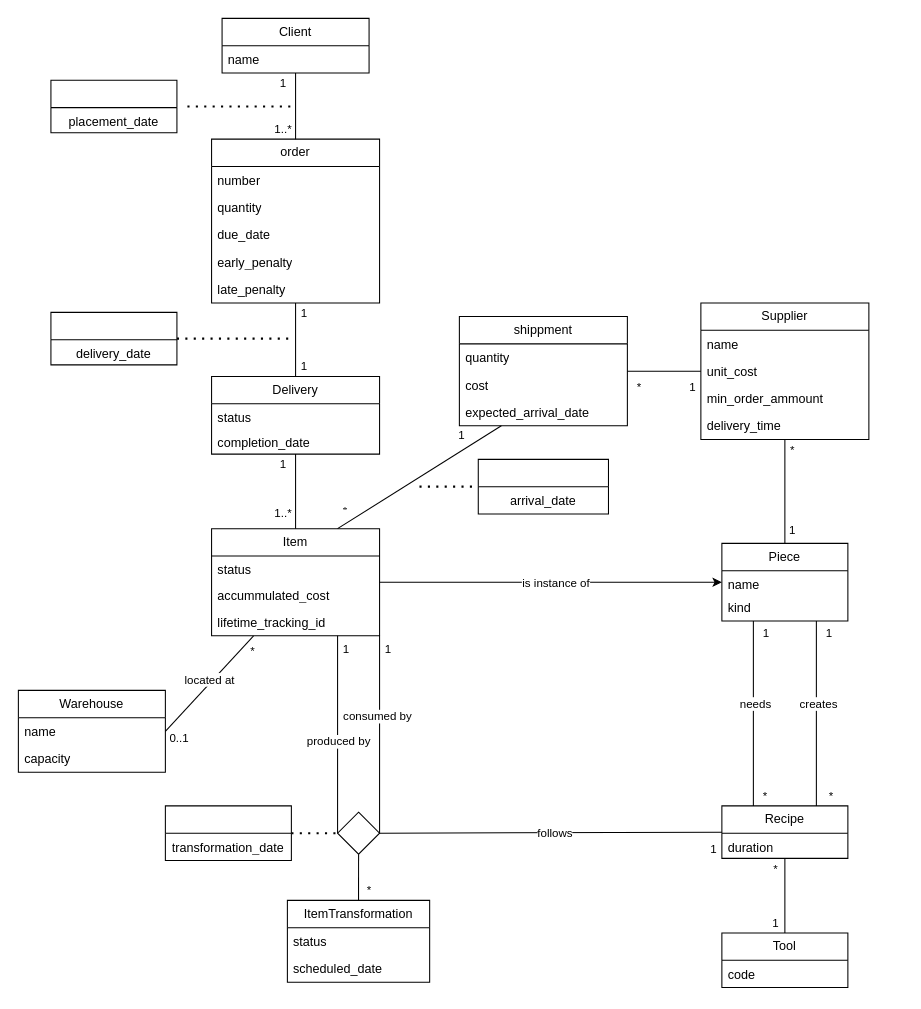
Above: docs/db_class_diagram.drawio in dvalnn/infi-erp (draw.io), before the change. Source tidied: cells renumbered, new cells numbered last; positions are measured from the earlier drawing's top-left corner, leaving out a move shared by most shapes. Both pictures are drawn from the tidied source at 105%, with x=0, y=0 at pixel (18, 18).
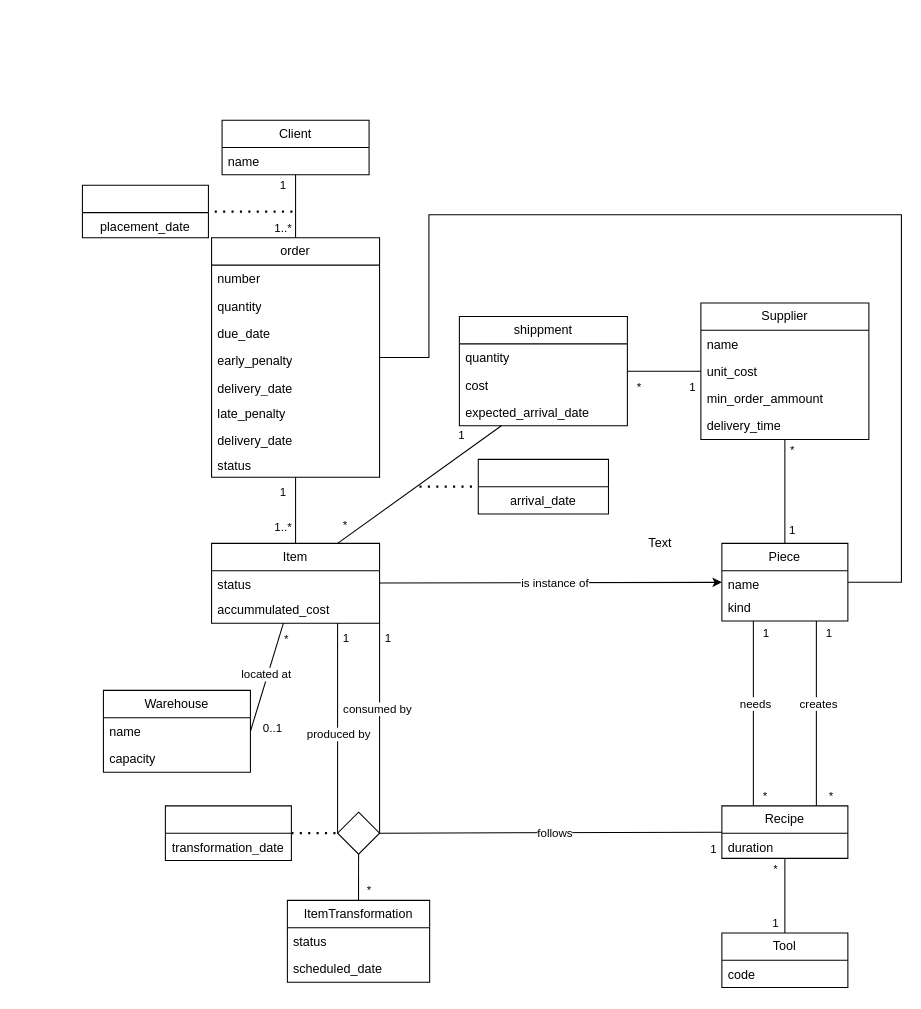
After the change.

The change refers to these unchanged cells:
```xml
<mxCell id="13" value="Piece" style="swimlane;fontStyle=0;horizontal=1;startSize=26;fillColor=none;whiteSpace=wrap;html=1;" parent="1" vertex="1">
  <mxGeometry x="670" y="500" width="120" height="74" as="geometry" />
</mxCell>
<mxCell id="50" value="name" style="text;strokeColor=none;fillColor=none;align=left;verticalAlign=top;spacingLeft=4;spacingRight=4;overflow=hidden;points=[[0,0.5],[1,0.5]];portConstraint=eastwest;whiteSpace=wrap;html=1;" parent="49" vertex="1">
  <mxGeometry y="26" width="140" height="26" as="geometry" />
</mxCell>
```

Change to the diagram source:
```diff
@@
     <mxCell id="2" value="Client" style="swimlane;fontStyle=0;horizontal=1;startSize=26;fillColor=none;whiteSpace=wrap;html=1;" parent="1" vertex="1">
-      <mxGeometry x="194" width="140" height="52" as="geometry" />
+      <mxGeometry x="194" y="97" width="140" height="52" as="geometry" />
     </mxCell>
@@
     <mxCell id="7" value="order" style="swimlane;fontStyle=0;horizontal=1;startSize=26;fillColor=none;whiteSpace=wrap;html=1;" parent="1" vertex="1">
-      <mxGeometry x="184" y="115" width="160" height="156" as="geometry" />
+      <mxGeometry x="184" y="209" width="160" height="228" as="geometry" />
     </mxCell>
@@
+    <mxCell id="93" value="delivery_date" style="text;strokeColor=none;fillColor=none;align=left;verticalAlign=top;spacingLeft=4;spacingRight=4;overflow=hidden;whiteSpace=wrap;html=1;" parent="7" vertex="1">
+      <mxGeometry y="130" width="160" height="24" as="geometry" />
+    </mxCell>
     <mxCell id="12" value="late_penalty" style="text;strokeColor=none;fillColor=none;align=left;verticalAlign=top;spacingLeft=4;spacingRight=4;overflow=hidden;whiteSpace=wrap;html=1;" parent="7" vertex="1">
-      <mxGeometry y="130" width="160" height="26" as="geometry" />
+      <mxGeometry y="154" width="160" height="26" as="geometry" />
     </mxCell>
+    <mxCell id="98" value="delivery_date" style="text;strokeColor=none;fillColor=none;align=left;verticalAlign=top;spacingLeft=4;spacingRight=4;overflow=hidden;whiteSpace=wrap;html=1;" parent="7" vertex="1">
+      <mxGeometry y="180" width="160" height="24" as="geometry" />
+    </mxCell>
+    <mxCell id="59" value="status" style="text;strokeColor=none;fillColor=none;align=left;verticalAlign=top;spacingLeft=4;spacingRight=4;overflow=hidden;whiteSpace=wrap;html=1;" parent="7" vertex="1">
+      <mxGeometry y="204" width="160" height="24" as="geometry" />
+    </mxCell>
@@
     <mxCell id="23" value="Item" style="swimlane;fontStyle=0;horizontal=1;startSize=26;fillColor=none;whiteSpace=wrap;html=1;" parent="1" vertex="1">
-      <mxGeometry x="184" y="486" width="160" height="102" as="geometry" />
+      <mxGeometry x="184" y="500" width="160" height="76" as="geometry" />
     </mxCell>
@@
-    <mxCell id="26" value="lifetime_tracking_id" style="text;strokeColor=none;fillColor=none;align=left;verticalAlign=top;spacingLeft=4;spacingRight=4;overflow=hidden;whiteSpace=wrap;html=1;" parent="23" vertex="1">
-      <mxGeometry y="76" width="160" height="26" as="geometry" />
-    </mxCell>
@@
     <mxCell id="49" value="Warehouse" style="swimlane;fontStyle=0;horizontal=1;startSize=26;fillColor=none;whiteSpace=wrap;html=1;" parent="1" vertex="1">
-      <mxGeometry y="640" width="140" height="78" as="geometry" />
+      <mxGeometry x="81" y="640" width="140" height="78" as="geometry" />
     </mxCell>
@@
-    <mxCell id="52" style="endArrow=none;html=1;rounded=0;exitX=1;exitY=0.5;exitDx=0;exitDy=0;entryX=0.25;entryY=1;entryDx=0;entryDy=0;" parent="1" edge="1" source="50" target="23">
+    <mxCell id="52" style="endArrow=none;html=1;rounded=0;exitX=1;exitY=0.5;exitDx=0;exitDy=0;" parent="1" edge="1" source="50" target="23">
       <mxGeometry relative="1" as="geometry" />
     </mxCell>
@@
     <mxCell id="54" value="0..1" style="edgeLabel;html=1;align=center;verticalAlign=middle;" parent="52" vertex="1">
       <mxGeometry x="-0.86" relative="1" as="geometry">
-        <mxPoint x="6" y="13" as="offset" />
+        <mxPoint x="18" y="4" as="offset" />
       </mxGeometry>
     </mxCell>
@@
-    <mxCell id="58" value="Delivery" style="swimlane;fontStyle=0;horizontal=1;startSize=26;fillColor=none;whiteSpace=wrap;html=1;" parent="1" vertex="1">
-      <mxGeometry x="184" y="341" width="160" height="74" as="geometry" />
-    </mxCell>
-    <mxCell id="59" value="status" style="text;strokeColor=none;fillColor=none;align=left;verticalAlign=top;spacingLeft=4;spacingRight=4;overflow=hidden;whiteSpace=wrap;html=1;" parent="58" vertex="1">
-      <mxGeometry y="26" width="160" height="24" as="geometry" />
-    </mxCell>
-    <mxCell id="60" value="completion_date" style="text;strokeColor=none;fillColor=none;align=left;verticalAlign=top;spacingLeft=4;spacingRight=4;overflow=hidden;whiteSpace=wrap;html=1;" parent="58" vertex="1">
-      <mxGeometry y="50" width="160" height="24" as="geometry" />
-    </mxCell>
@@
-    <mxCell id="86" style="endArrow=none;html=1;rounded=0;entryX=0.5;entryY=1;entryDx=0;entryDy=0;exitX=0.5;exitY=0;exitDx=0;exitDy=0;" parent="1" edge="1" source="23" target="58">
+    <mxCell id="86" style="endArrow=none;html=1;rounded=0;exitX=0.5;exitY=0;exitDx=0;exitDy=0;" parent="1" edge="1" source="23" target="7">
       <mxGeometry relative="1" as="geometry" />
     </mxCell>
-    <mxCell id="87" value="1" style="edgeLabel;html=1;align=center;verticalAlign=middle;" parent="86" vertex="1">
-      <mxGeometry x="0.84" y="2" relative="1" as="geometry">
-        <mxPoint x="-11" y="3" as="offset" />
-      </mxGeometry>
-    </mxCell>
@@
-    <mxCell id="89" style="endArrow=none;html=1;rounded=0;entryX=0.5;entryY=0;entryDx=0;entryDy=0;" parent="1" edge="1" source="7" target="58">
-      <mxGeometry relative="1" as="geometry" />
-    </mxCell>
-    <mxCell id="90" value="1" style="edgeLabel;html=1;align=center;verticalAlign=middle;" parent="89" vertex="1">
-      <mxGeometry x="0.83" relative="1" as="geometry">
-        <mxPoint x="7" y="-55" as="offset" />
-      </mxGeometry>
-    </mxCell>
-    <mxCell id="91" value="1" style="edgeLabel;html=1;align=center;verticalAlign=middle;" parent="89" vertex="1">
-      <mxGeometry x="-0.72" relative="1" as="geometry">
-        <mxPoint x="7" y="49" as="offset" />
-      </mxGeometry>
-    </mxCell>
-    <mxCell id="92" style="swimlane;fontStyle=0;horizontal=1;startSize=26;fillColor=none;whiteSpace=wrap;html=1;" parent="1" vertex="1">
-      <mxGeometry x="31" y="280" width="120" height="50" as="geometry" />
-    </mxCell>
-    <mxCell id="93" value="delivery_date" style="text;strokeColor=none;fillColor=none;align=center;verticalAlign=top;spacingLeft=4;spacingRight=4;overflow=hidden;whiteSpace=wrap;html=1;" parent="92" vertex="1">
-      <mxGeometry y="26" width="120" height="24" as="geometry" />
-    </mxCell>
-    <mxCell id="94" style="endArrow=none;dashed=1;html=1;dashPattern=1 3;strokeWidth=2;rounded=0;exitX=1;exitY=0.5;exitDx=0;exitDy=0;" parent="1" edge="1" source="92">
-      <mxGeometry relative="1" as="geometry">
-        <mxPoint x="261" y="305" as="targetPoint" />
-      </mxGeometry>
-    </mxCell>
+    <mxCell id="99" value="1" style="edgeLabel;html=1;align=center;verticalAlign=middle;" parent="86" vertex="1">
+      <mxGeometry x="0.77" y="2" relative="1" as="geometry">
+        <mxPoint x="-11" y="6" as="offset" />
+      </mxGeometry>
+    </mxCell>
     <mxCell id="95" style="swimlane;fontStyle=0;horizontal=1;startSize=26;fillColor=none;whiteSpace=wrap;html=1;" parent="1" vertex="1">
-      <mxGeometry x="31" y="59" width="120" height="50" as="geometry" />
+      <mxGeometry x="61" y="159" width="120" height="50" as="geometry" />
     </mxCell>
@@
-    <mxCell id="97" style="endArrow=none;dashed=1;html=1;dashPattern=1 3;strokeWidth=2;rounded=0;exitX=1;exitY=0.5;exitDx=0;exitDy=0;" parent="1" edge="1">
-      <mxGeometry relative="1" as="geometry">
-        <mxPoint x="161" y="83.9" as="sourcePoint" />
-        <mxPoint x="261" y="83.9" as="targetPoint" />
-        <Array as="points">
-          <mxPoint x="211" y="83.9" />
-        </Array>
-      </mxGeometry>
-    </mxCell>
+    <mxCell id="100" value="Text" style="text;html=1;align=center;verticalAlign=middle;strokeColor=none;fillColor=none;" parent="1" vertex="1">
+      <mxGeometry x="586" y="485" width="50" height="30" as="geometry" />
+    </mxCell>
+    <mxCell id="101" style="endArrow=none;dashed=1;html=1;dashPattern=1 3;strokeWidth=2;rounded=0;entryX=1;entryY=0.5;entryDx=0;entryDy=0;" parent="1" edge="1" target="95">
+      <mxGeometry relative="1" as="geometry">
+        <mxPoint x="261" y="184" as="sourcePoint" />
+      </mxGeometry>
+    </mxCell>
+    <mxCell id="102" style="endArrow=none;html=1;rounded=0;" parent="1" edge="1" source="7" target="13">
+      <mxGeometry relative="1" as="geometry">
+        <Array as="points">
+          <mxPoint x="391" y="323" />
+          <mxPoint x="391" y="187" />
+          <mxPoint x="841" y="187" />
+          <mxPoint x="841" y="537" />
+        </Array>
+      </mxGeometry>
+    </mxCell>
```
